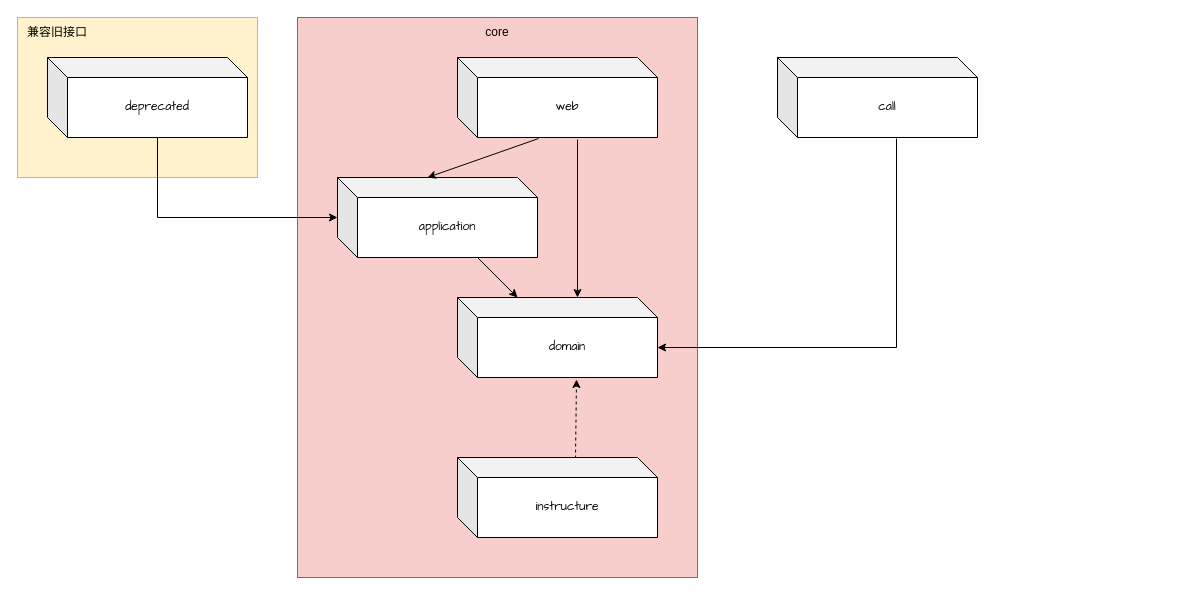
Before: RSC兼容架构图.drawio in herozzn/draw, a draw.io diagram. Source tidied: cells renumbered, new cells numbered last; positions are measured from the earlier drawing's top-left corner, leaving out a move shared by most shapes. Both pictures are drawn from the tidied source at 100%, with x=0, y=0 at pixel (17, 17).
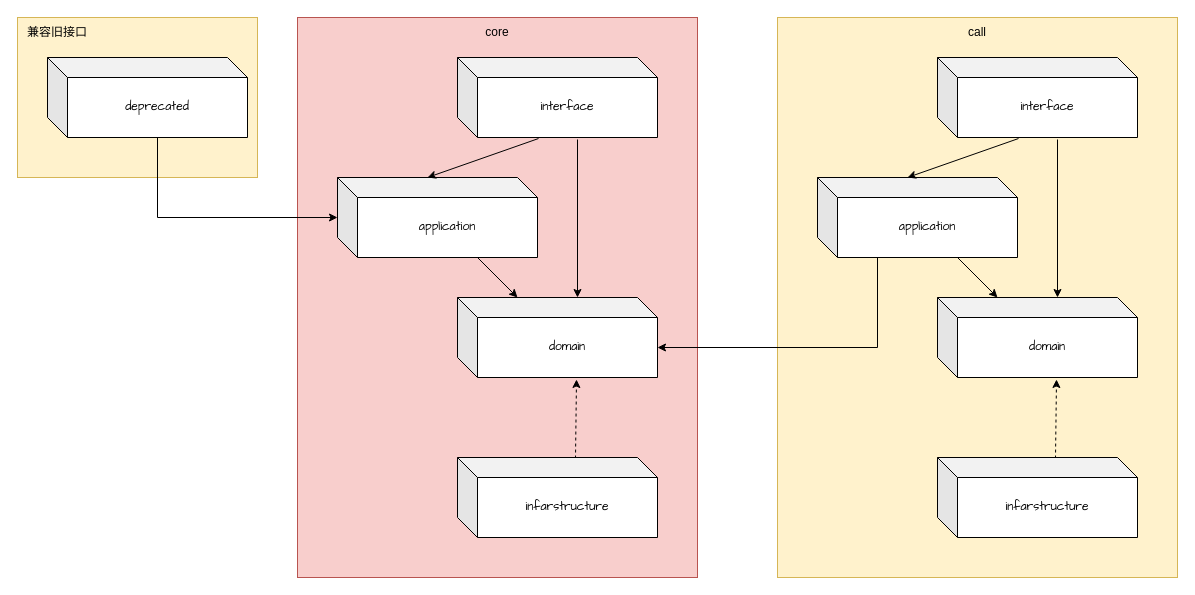
Above is the later version.

Commit message:
更新RSC兼容架构图.drawio

The change refers to these unchanged cells:
```xml
<mxCell id="5" value="domain" style="shape=cube;whiteSpace=wrap;html=1;boundedLbl=1;backgroundOutline=1;darkOpacity=0.05;darkOpacity2=0.1;shadow=0;fontFamily=Comic Sans MS;" parent="1" vertex="1">
  <mxGeometry x="440" y="280" width="200" height="80" as="geometry" />
</mxCell>
```

Change to the diagram source:
```diff
@@
-    <mxCell id="7" value="instructure" style="shape=cube;whiteSpace=wrap;html=1;boundedLbl=1;backgroundOutline=1;darkOpacity=0.05;darkOpacity2=0.1;shadow=0;fontFamily=Comic Sans MS;" parent="1" vertex="1">
+    <mxCell id="7" value="infarstructure" style="shape=cube;whiteSpace=wrap;html=1;boundedLbl=1;backgroundOutline=1;darkOpacity=0.05;darkOpacity2=0.1;shadow=0;fontFamily=Comic Sans MS;" parent="1" vertex="1">
       <mxGeometry x="440" y="440" width="200" height="80" as="geometry" />
     </mxCell>
-    <mxCell id="8" value="web" style="shape=cube;whiteSpace=wrap;html=1;boundedLbl=1;backgroundOutline=1;darkOpacity=0.05;darkOpacity2=0.1;shadow=0;fontFamily=Comic Sans MS;" parent="1" vertex="1">
+    <mxCell id="8" value="interface" style="shape=cube;whiteSpace=wrap;html=1;boundedLbl=1;backgroundOutline=1;darkOpacity=0.05;darkOpacity2=0.1;shadow=0;fontFamily=Comic Sans MS;" parent="1" vertex="1">
       <mxGeometry x="440" y="40" width="200" height="80" as="geometry" />
     </mxCell>
@@
+    <mxCell id="16" value="core" style="text;html=1;strokeColor=none;fillColor=none;align=center;verticalAlign=middle;whiteSpace=wrap;rounded=0;" parent="1" vertex="1">
+      <mxGeometry x="450" width="60" height="30" as="geometry" />
+    </mxCell>
+    <mxCell id="18" style="rounded=0;whiteSpace=wrap;html=1;fillColor=#fff2cc;strokeColor=#d6b656;" parent="1" vertex="1">
+      <mxGeometry x="760" width="400" height="560" as="geometry" />
+    </mxCell>
+    <mxCell id="19" style="rounded=0;jettySize=auto;html=1;" parent="1" edge="1" source="20" target="21">
+      <mxGeometry relative="1" as="geometry" />
+    </mxCell>
+    <mxCell id="20" value="application" style="shape=cube;whiteSpace=wrap;html=1;boundedLbl=1;backgroundOutline=1;darkOpacity=0.05;darkOpacity2=0.1;shadow=0;fontFamily=Comic Sans MS;" parent="1" vertex="1">
+      <mxGeometry x="800" y="160" width="200" height="80" as="geometry" />
+    </mxCell>
+    <mxCell id="21" value="domain" style="shape=cube;whiteSpace=wrap;html=1;boundedLbl=1;backgroundOutline=1;darkOpacity=0.05;darkOpacity2=0.1;shadow=0;fontFamily=Comic Sans MS;" parent="1" vertex="1">
+      <mxGeometry x="920" y="280" width="200" height="80" as="geometry" />
+    </mxCell>
+    <mxCell id="22" style="rounded=0;jettySize=auto;html=1;dashed=1;exitX=0.59;exitY=0.013;exitDx=0;exitDy=0;exitPerimeter=0;entryX=0.595;entryY=1.025;entryDx=0;entryDy=0;entryPerimeter=0;" parent="1" edge="1" source="23" target="21">
+      <mxGeometry relative="1" as="geometry" />
+    </mxCell>
+    <mxCell id="23" value="infarstructure" style="shape=cube;whiteSpace=wrap;html=1;boundedLbl=1;backgroundOutline=1;darkOpacity=0.05;darkOpacity2=0.1;shadow=0;fontFamily=Comic Sans MS;" parent="1" vertex="1">
+      <mxGeometry x="920" y="440" width="200" height="80" as="geometry" />
+    </mxCell>
+    <mxCell id="24" value="interface" style="shape=cube;whiteSpace=wrap;html=1;boundedLbl=1;backgroundOutline=1;darkOpacity=0.05;darkOpacity2=0.1;shadow=0;fontFamily=Comic Sans MS;" parent="1" vertex="1">
+      <mxGeometry x="920" y="40" width="200" height="80" as="geometry" />
+    </mxCell>
+    <mxCell id="25" style="rounded=0;jettySize=auto;html=1;exitX=0.405;exitY=1.013;exitDx=0;exitDy=0;exitPerimeter=0;entryX=0;entryY=0;entryDx=90;entryDy=0;entryPerimeter=0;" parent="1" edge="1" source="24" target="20">
+      <mxGeometry relative="1" as="geometry" />
+    </mxCell>
+    <mxCell id="26" style="rounded=0;jettySize=auto;html=1;exitX=0.6;exitY=1.025;exitDx=0;exitDy=0;exitPerimeter=0;entryX=0.6;entryY=0;entryDx=0;entryDy=0;entryPerimeter=0;" parent="1" edge="1" source="24" target="21">
+      <mxGeometry relative="1" as="geometry" />
+    </mxCell>
-    <mxCell id="15" value="call" style="shape=cube;whiteSpace=wrap;html=1;boundedLbl=1;backgroundOutline=1;darkOpacity=0.05;darkOpacity2=0.1;shadow=0;fontFamily=Comic Sans MS;" parent="1" vertex="1">
-      <mxGeometry x="760" y="40" width="200" height="80" as="geometry" />
+    <mxCell id="15" value="call" style="text;html=1;strokeColor=none;fillColor=none;align=center;verticalAlign=middle;whiteSpace=wrap;rounded=0;" parent="1" vertex="1">
+      <mxGeometry x="930" width="60" height="30" as="geometry" />
     </mxCell>
-    <mxCell id="16" value="core" style="text;html=1;strokeColor=none;fillColor=none;align=center;verticalAlign=middle;whiteSpace=wrap;rounded=0;" parent="1" vertex="1">
-      <mxGeometry x="450" width="60" height="30" as="geometry" />
-    </mxCell>
-    <mxCell id="17" style="edgeStyle=orthogonalEdgeStyle;rounded=0;jettySize=auto;html=1;entryX=0;entryY=0;entryDx=200;entryDy=50;entryPerimeter=0;exitX=0.595;exitY=1.013;exitDx=0;exitDy=0;exitPerimeter=0;" parent="1" edge="1" source="15" target="5">
-      <mxGeometry relative="1" as="geometry" />
-    </mxCell>
+    <mxCell id="27" style="edgeStyle=orthogonalEdgeStyle;rounded=0;jettySize=auto;html=1;exitX=0.3;exitY=1;exitDx=0;exitDy=0;exitPerimeter=0;entryX=0;entryY=0;entryDx=200;entryDy=50;entryPerimeter=0;" parent="1" edge="1" source="20" target="5">
+      <mxGeometry relative="1" as="geometry" />
+    </mxCell>
```
